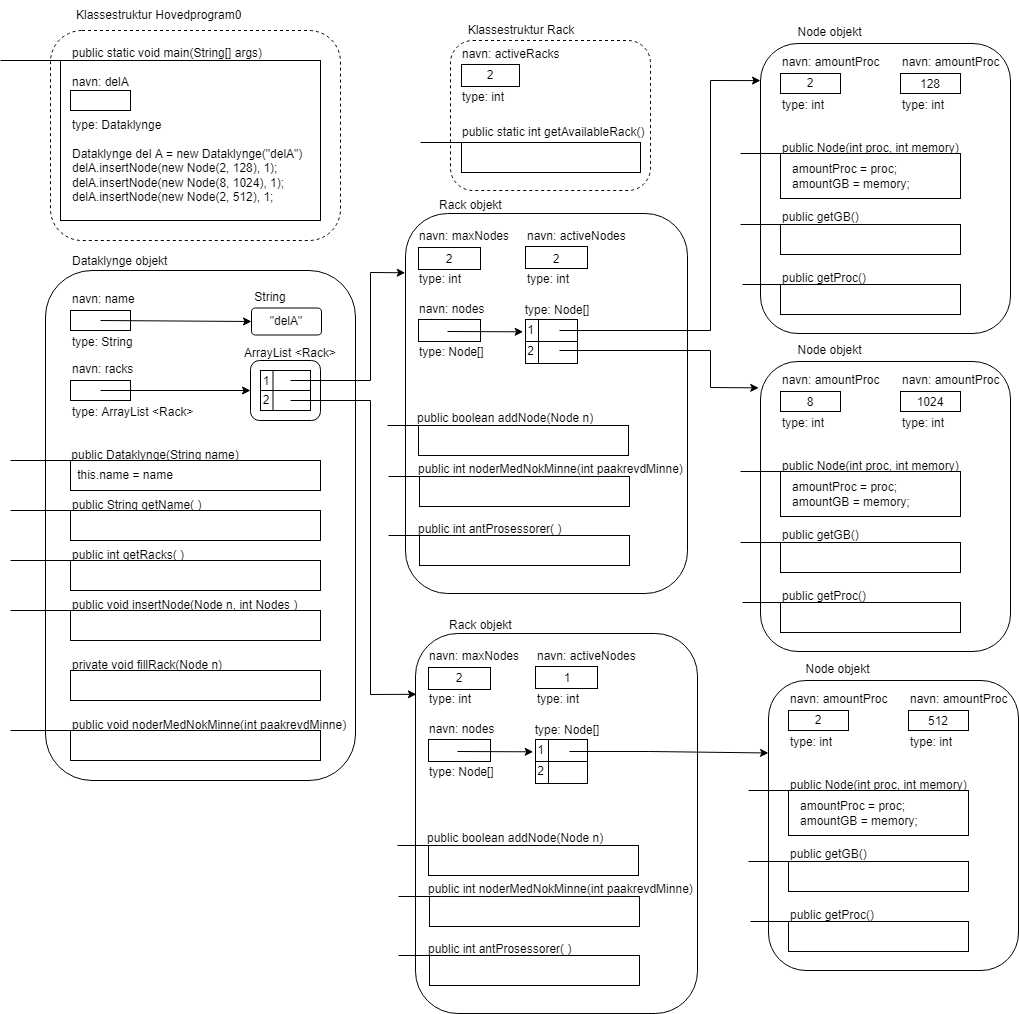
Before: assignments/assignment-1/delA_assignment.png, a diagram exported from draw.io (D49ll/IN1010). Source tidied: cells renumbered, new cells last; positions are measured from the earlier drawing's top-left corner, leaving out a move shared by most shapes.
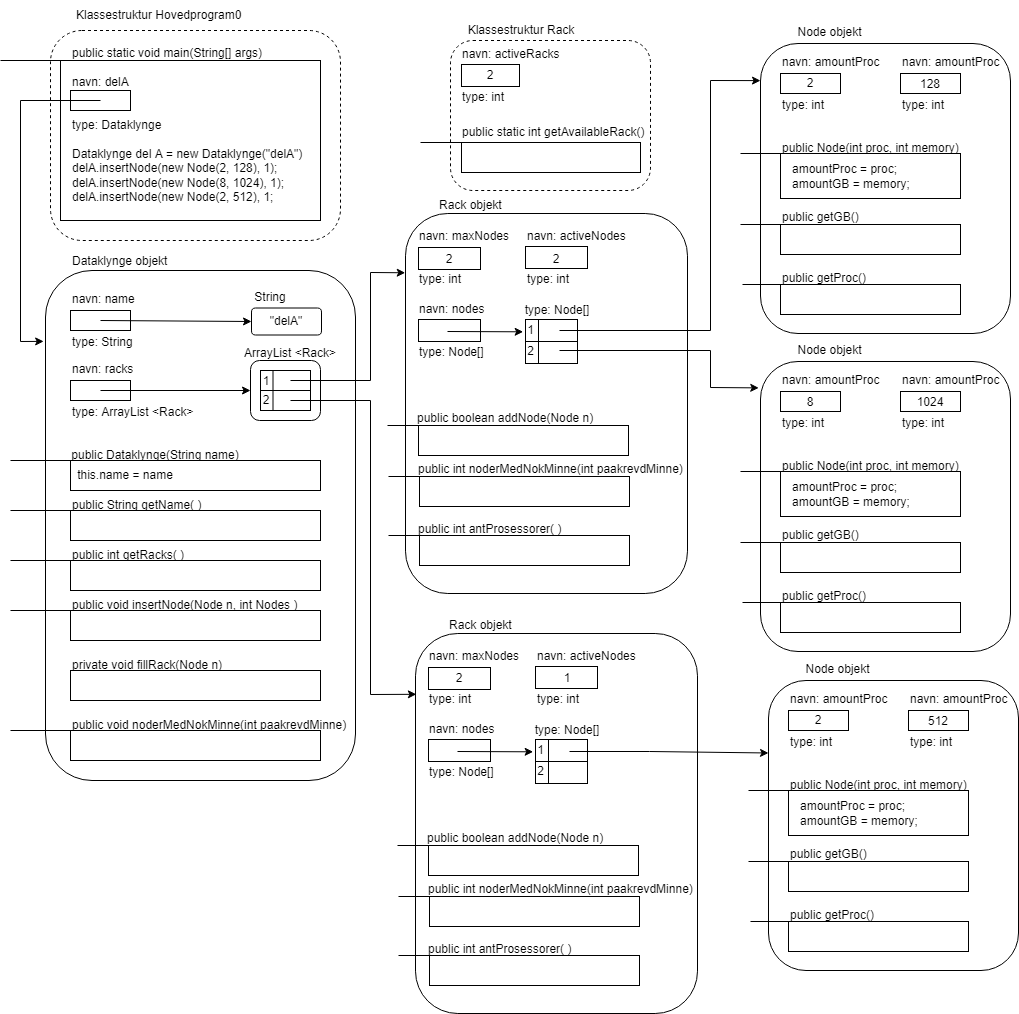
After the commit.

Diff of the diagram source:
```diff
@@ -25,6 +25,15 @@
     <mxCell id="8" value="Klassestruktur Hovedprogram0" style="text;html=1;strokeColor=none;fillColor=none;align=left;verticalAlign=middle;whiteSpace=wrap;rounded=0;dashed=1;" parent="2" vertex="1">
       <mxGeometry x="74" width="210" height="30" as="geometry" />
     </mxCell>
+    <mxCell id="175" style="endArrow=classic;html=1;rounded=0;entryX=-0.006;entryY=0.139;entryDx=0;entryDy=0;entryPerimeter=0;" parent="2" edge="1" target="35">
+      <mxGeometry relative="1" as="geometry">
+        <mxPoint x="100" y="100" as="sourcePoint" />
+        <Array as="points">
+          <mxPoint x="20" y="100" />
+          <mxPoint x="20" y="341" />
+        </Array>
+      </mxGeometry>
+    </mxCell>
     <mxCell id="9" style="group;" parent="1" vertex="1">
       <mxGeometry x="10" y="250" width="380" height="530" as="geometry" />
     </mxCell>
```
